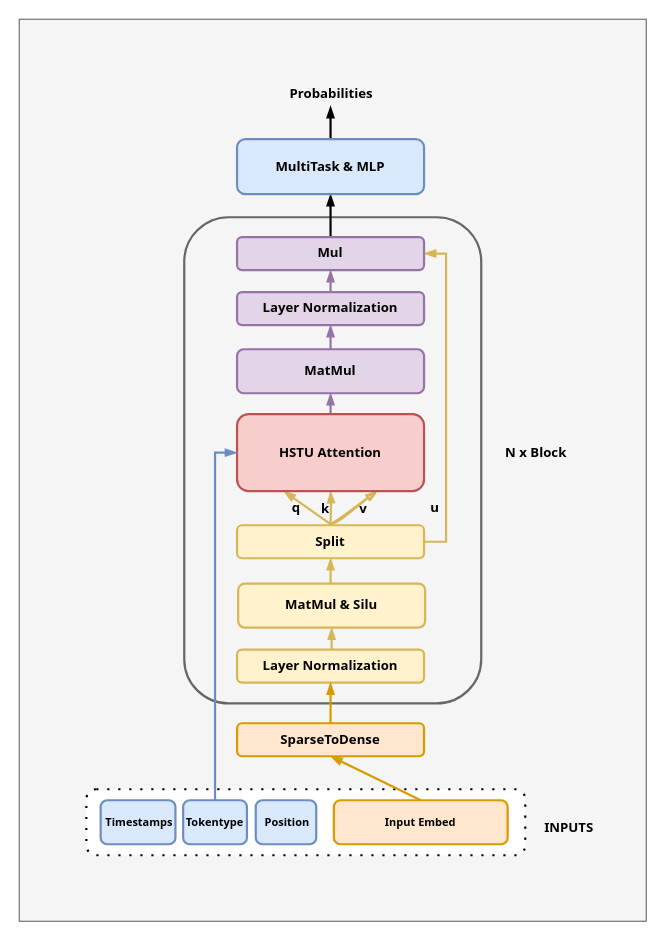
Earlier version of the draw.io diagram HSTU.drawio (JackHsiung/totoro). Source tidied: cells renumbered, new cells numbered last; positions are measured from the earlier drawing's top-left corner, leaving out a move shared by most shapes. Both pictures are drawn from the tidied source at 110%, with x=0, y=0 at pixel (19, 19).
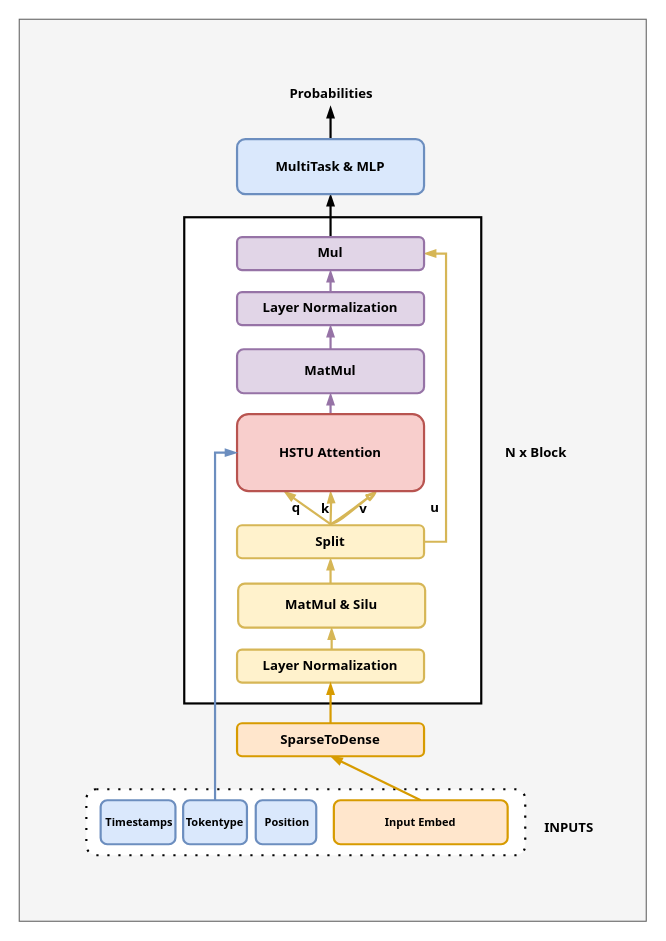
The same page after the edit.

Diff of the diagram source:
```diff
@@
-    <mxCell id="4" style="rounded=1;whiteSpace=wrap;html=1;hachureGap=4;fontFamily=Architects Daughter;strokeWidth=2;fillColor=#f5f5f5;fontColor=#333333;strokeColor=#666666;shadow=0;glass=0;" parent="1" vertex="1">
+    <mxCell id="4" style="rounded=0;whiteSpace=wrap;html=1;hachureGap=4;fontFamily=Architects Daughter;strokeWidth=2;shadow=0;glass=0;" parent="1" vertex="1">
       <mxGeometry x="150" y="180" width="270" height="442" as="geometry" />
     </mxCell>
```
